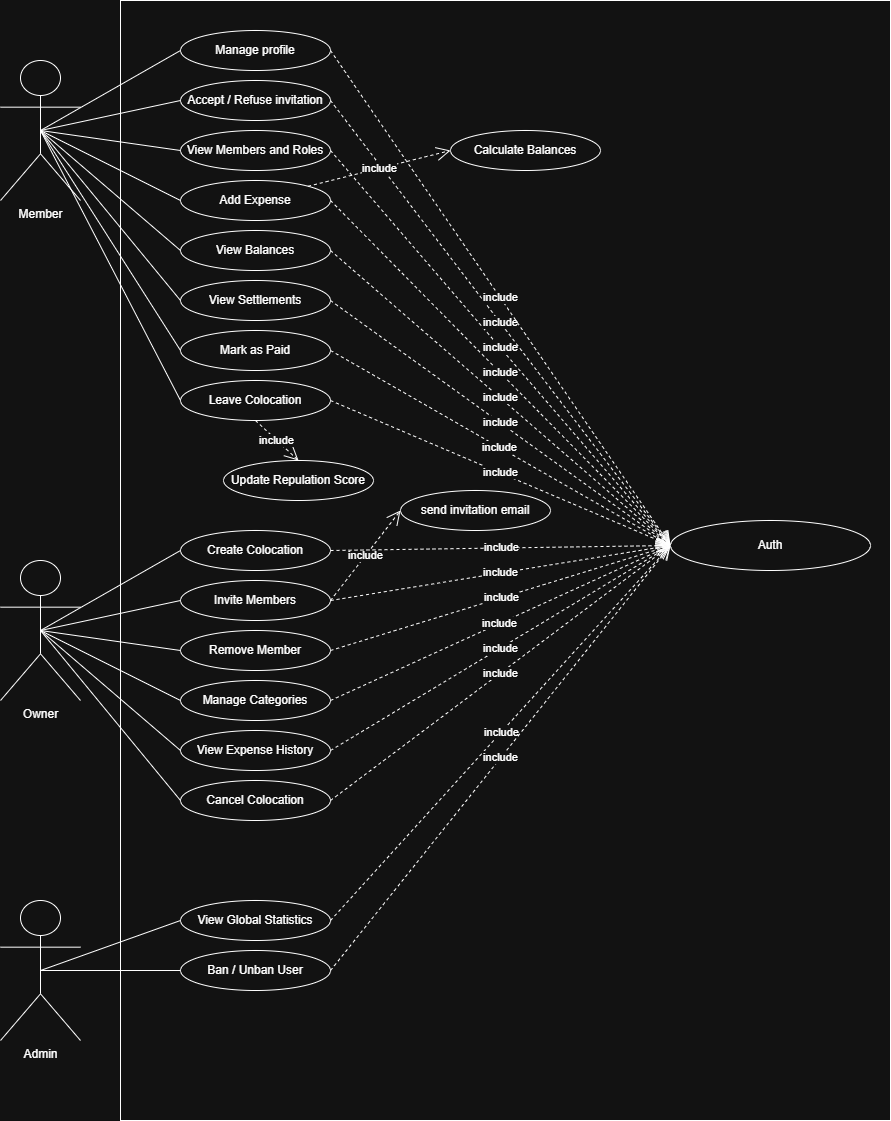
Before: docs/EasyColoc-usecase.png, a diagram exported from draw.io (sahhoutiamine/EasyColoc-Colocation-Management-Platform). Source tidied: cells renumbered, new cells last; positions are measured from the earlier drawing's top-left corner, leaving out a move shared by most shapes.
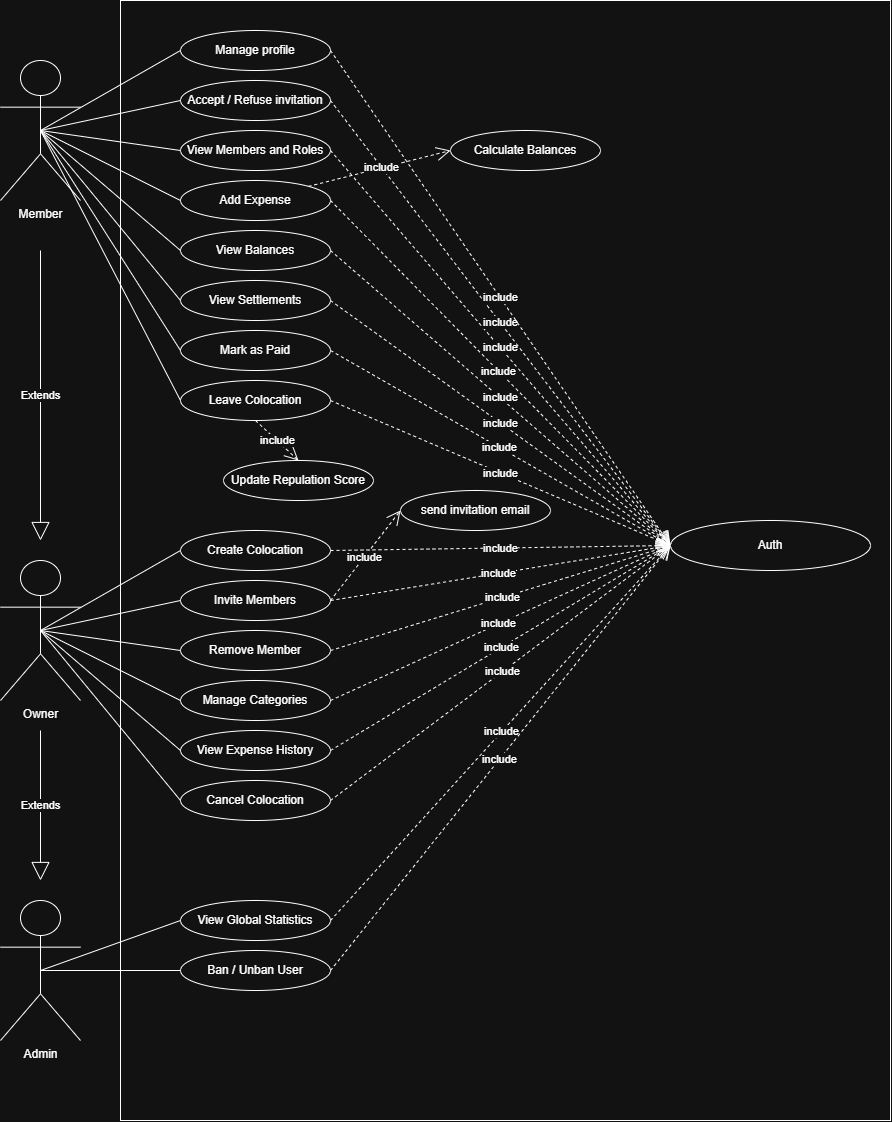
The same file after the commit.

Commit message:
update usecase and add class diagram to docs folder

What changed in the source:
```diff
@@ -179,5 +179,17 @@
     <mxCell id="60" value="include" style="endArrow=open;endSize=12;dashed=1;html=1;rounded=0;exitX=1;exitY=0;exitDx=0;exitDy=0;entryX=0;entryY=0.5;entryDx=0;entryDy=0;" parent="1" edge="1" source="13" target="59">
       <mxGeometry relative="1" as="geometry" />
     </mxCell>
+    <mxCell id="61" value="Extends" style="endArrow=block;endSize=16;endFill=0;html=1;rounded=0;" parent="1" edge="1">
+      <mxGeometry relative="1" as="geometry">
+        <mxPoint x="40" y="250" as="sourcePoint" />
+        <mxPoint x="40" y="540" as="targetPoint" />
+      </mxGeometry>
+    </mxCell>
+    <mxCell id="62" value="Extends" style="endArrow=block;endSize=16;endFill=0;html=1;rounded=0;" parent="1" edge="1">
+      <mxGeometry relative="1" as="geometry">
+        <mxPoint x="40" y="730" as="sourcePoint" />
+        <mxPoint x="40" y="880" as="targetPoint" />
+      </mxGeometry>
+    </mxCell>
   </root>
 </mxGraphModel>
```
